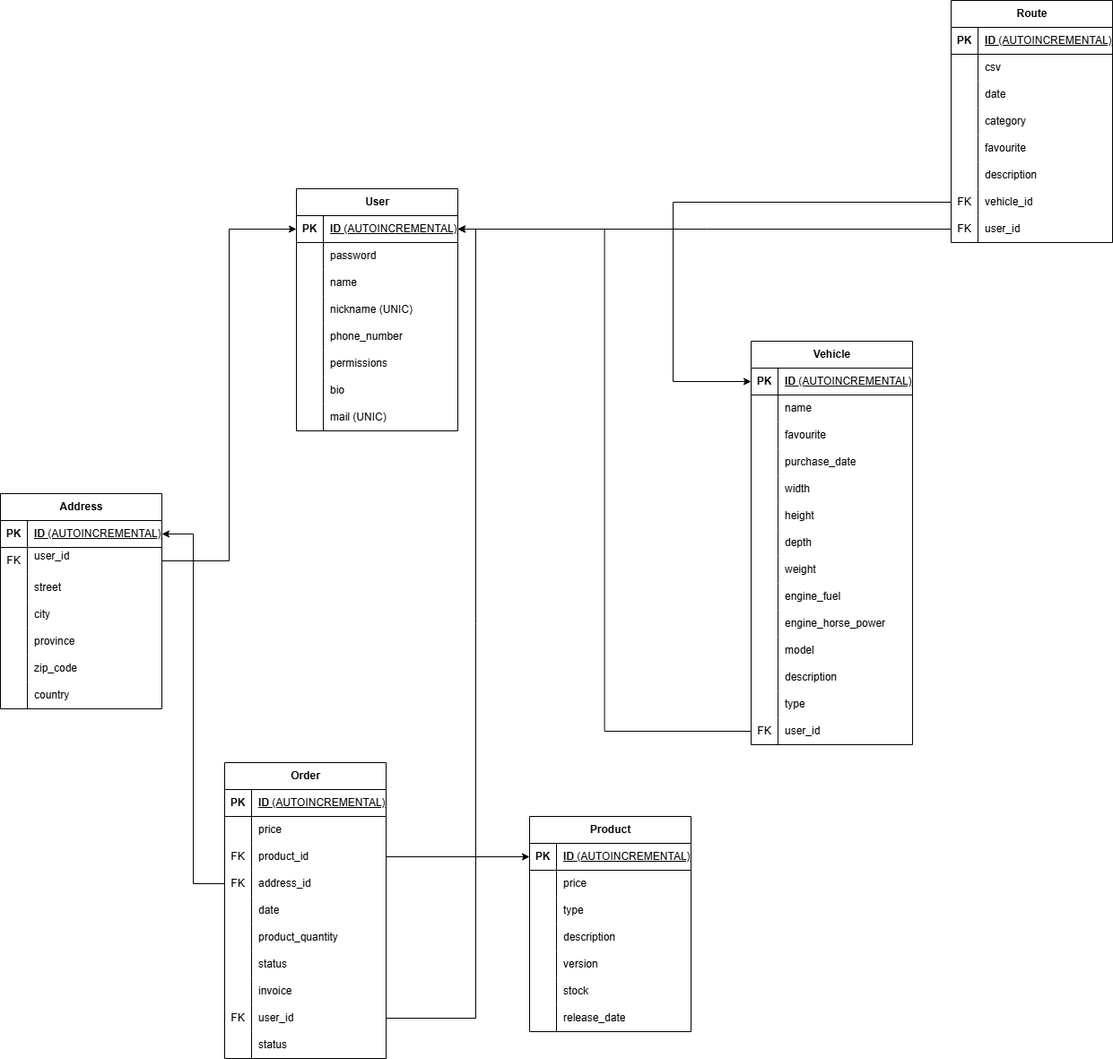
Earlier version of the draw.io export Base de datos/modelo_relacional.drawio.png (JordiFernandezArlegui/Black-Box-Repo). Source tidied: cells renumbered, new cells last; positions are measured from the earlier drawing's top-left corner, leaving out a move shared by most shapes.
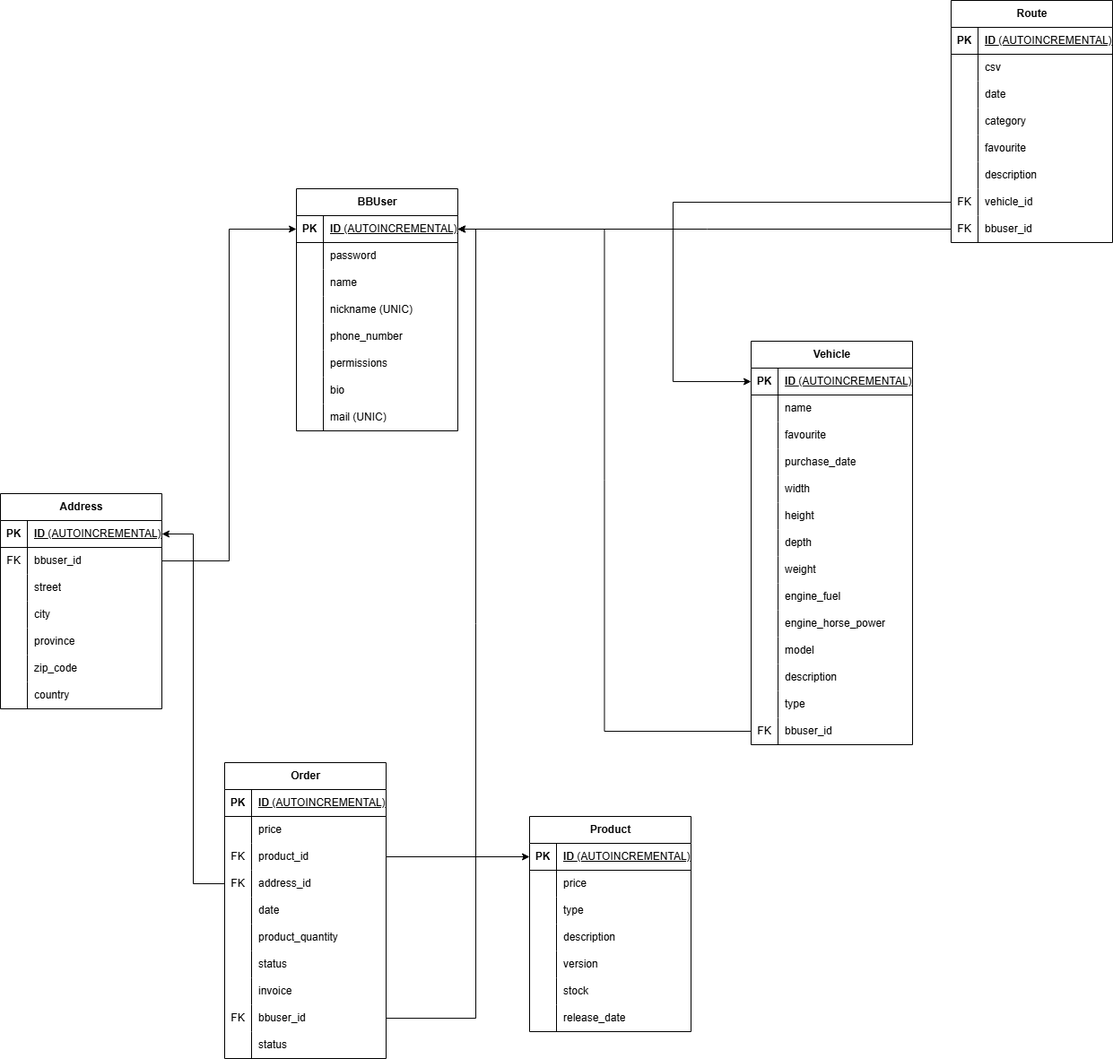
After the change.

Commit message:
modelo_relacional actualizado

What changed in the source:
```diff
@@ -2,7 +2,7 @@
   <root>
     <mxCell id="0" />
     <mxCell id="1" parent="0" />
-    <mxCell id="2" value="User" style="shape=table;startSize=30;rowLines=0;fontStyle=1;align=center;html=1;" parent="1" vertex="1">
+    <mxCell id="2" value="BBUser" style="shape=table;startSize=30;rowLines=0;fontStyle=1;align=center;html=1;" parent="1" vertex="1">
       <mxGeometry x="330" y="210" width="180" height="270" as="geometry" />
     </mxCell>
     <mxCell id="3" style="shape=tableRow;horizontal=0;startSize=0;swimlaneHead=0;swimlaneBody=0;fillColor=none;points=[[0,0.5],[1,0.5]];portConstraint=eastwest;top=0;left=0;right=0;bottom=1;" parent="2" vertex="1">
@@ -149,7 +149,7 @@
     <mxCell id="50" value="FK" style="shape=partialRectangle;fillColor=none;top=0;left=0;bottom=0;right=0;overflow=hidden;whiteSpace=wrap;html=1;" parent="49" vertex="1">
       <mxGeometry width="30" height="30" as="geometry" />
     </mxCell>
-    <mxCell id="51" value="user_id" style="shape=partialRectangle;fillColor=none;top=0;left=0;bottom=0;right=0;align=left;spacingLeft=6;overflow=hidden;whiteSpace=wrap;html=1;" parent="49" vertex="1">
+    <mxCell id="51" value="bb&lt;span style=&quot;background-color: transparent; color: light-dark(rgb(0, 0, 0), rgb(255, 255, 255));&quot;&gt;user_id&lt;/span&gt;" style="shape=partialRectangle;fillColor=none;top=0;left=0;bottom=0;right=0;align=left;spacingLeft=6;overflow=hidden;whiteSpace=wrap;html=1;" parent="49" vertex="1">
       <mxGeometry x="30" width="150" height="30" as="geometry" />
     </mxCell>
     <mxCell id="52" value="Vehicle" style="shape=table;startSize=30;rowLines=0;fontStyle=1;align=center;html=1;" parent="1" vertex="1">
@@ -278,7 +278,7 @@
     <mxCell id="93" value="FK" style="shape=partialRectangle;fillColor=none;top=0;left=0;bottom=0;right=0;overflow=hidden;whiteSpace=wrap;html=1;" parent="92" vertex="1">
       <mxGeometry width="30" height="30" as="geometry" />
     </mxCell>
-    <mxCell id="94" value="user_id" style="shape=partialRectangle;fillColor=none;top=0;left=0;bottom=0;right=0;align=left;spacingLeft=6;overflow=hidden;whiteSpace=wrap;html=1;" parent="92" vertex="1">
+    <mxCell id="94" value="bbuser_id" style="shape=partialRectangle;fillColor=none;top=0;left=0;bottom=0;right=0;align=left;spacingLeft=6;overflow=hidden;whiteSpace=wrap;html=1;" parent="92" vertex="1">
       <mxGeometry x="30" width="150" height="30" as="geometry" />
     </mxCell>
     <mxCell id="95" value="Address" style="shape=table;startSize=30;rowLines=0;fontStyle=1;align=center;html=1;" parent="1" vertex="1">
@@ -299,7 +299,7 @@
     <mxCell id="100" value="FK" style="shape=partialRectangle;fillColor=none;top=0;left=0;bottom=0;right=0;overflow=hidden;whiteSpace=wrap;html=1;" parent="99" vertex="1">
       <mxGeometry width="30" height="30" as="geometry" />
     </mxCell>
-    <mxCell id="101" value="user_id&lt;div&gt;&lt;br&gt;&lt;/div&gt;" style="shape=partialRectangle;fillColor=none;top=0;left=0;bottom=0;right=0;align=left;spacingLeft=6;overflow=hidden;whiteSpace=wrap;html=1;" parent="99" vertex="1">
+    <mxCell id="101" value="bbuser_id" style="shape=partialRectangle;fillColor=none;top=0;left=0;bottom=0;right=0;align=left;spacingLeft=6;overflow=hidden;whiteSpace=wrap;html=1;" parent="99" vertex="1">
       <mxGeometry x="30" width="150" height="30" as="geometry" />
     </mxCell>
     <mxCell id="102" style="shape=tableRow;horizontal=0;startSize=0;swimlaneHead=0;swimlaneBody=0;fillColor=none;top=0;left=0;right=0;bottom=0;" parent="95" vertex="1">
@@ -494,7 +494,7 @@
     <mxCell id="165" value="FK" style="shape=partialRectangle;fillColor=none;top=0;left=0;bottom=0;right=0;overflow=hidden;whiteSpace=wrap;html=1;" parent="164" vertex="1">
       <mxGeometry width="30" height="30" as="geometry" />
     </mxCell>
-    <mxCell id="166" value="user_id" style="shape=partialRectangle;fillColor=none;top=0;left=0;bottom=0;right=0;align=left;spacingLeft=6;overflow=hidden;whiteSpace=wrap;html=1;" parent="164" vertex="1">
+    <mxCell id="166" value="bb&lt;span style=&quot;background-color: transparent; color: light-dark(rgb(0, 0, 0), rgb(255, 255, 255));&quot;&gt;user_id&lt;/span&gt;" style="shape=partialRectangle;fillColor=none;top=0;left=0;bottom=0;right=0;align=left;spacingLeft=6;overflow=hidden;whiteSpace=wrap;html=1;" parent="164" vertex="1">
       <mxGeometry x="30" width="150" height="30" as="geometry" />
     </mxCell>
     <mxCell id="167" style="shape=tableRow;horizontal=0;startSize=0;swimlaneHead=0;swimlaneBody=0;fillColor=none;top=0;left=0;right=0;bottom=0;" parent="139" vertex="1">
```
